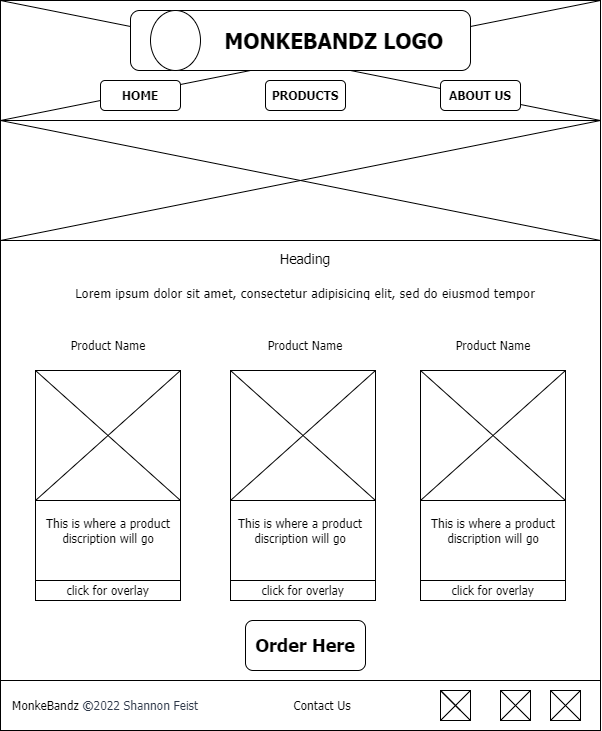
Before: monke-bandz/images/products-wireframe.png, a diagram exported from draw.io (shannonfeist/wdd130). Source tidied: cells renumbered, new cells last; positions are measured from the earlier drawing's top-left corner, leaving out a move shared by most shapes.
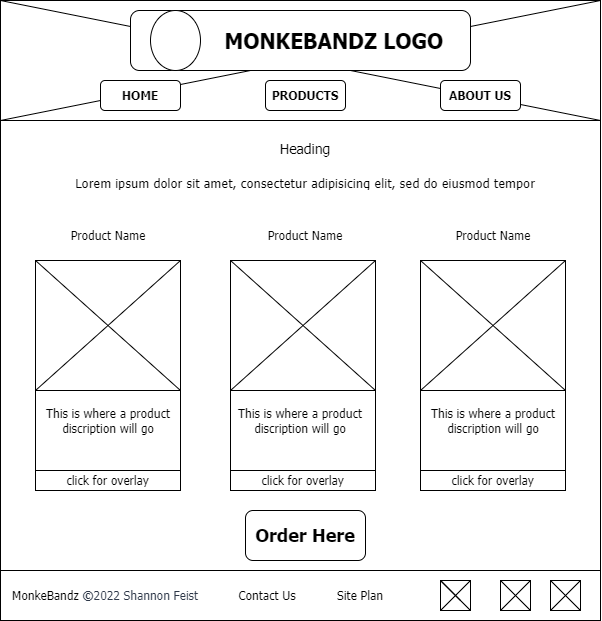
After the commit.

Commit message:
x'd img from prod page updated wireframe

Diff of the diagram source:
```diff
@@ -3,7 +3,7 @@
     <mxCell id="0" />
     <mxCell id="1" parent="0" />
     <mxCell id="2" style="rounded=0;whiteSpace=wrap;html=1;fontFamily=Tahoma;" parent="1" vertex="1">
-      <mxGeometry y="120" width="600" height="560" as="geometry" />
+      <mxGeometry y="230" width="600" height="450" as="geometry" />
     </mxCell>
     <mxCell id="3" style="rounded=0;whiteSpace=wrap;html=1;" parent="1" vertex="1">
       <mxGeometry x="420" y="500" width="145" height="80" as="geometry" />
@@ -14,18 +14,6 @@
     <mxCell id="5" style="rounded=0;whiteSpace=wrap;html=1;" parent="1" vertex="1">
       <mxGeometry x="35" y="500" width="145" height="80" as="geometry" />
     </mxCell>
-    <mxCell id="6" style="rounded=0;whiteSpace=wrap;html=1;fontFamily=Tahoma;" parent="1" vertex="1">
-      <mxGeometry y="120" width="600" height="120" as="geometry" />
-    </mxCell>
-    <mxCell id="7" style="rounded=0;whiteSpace=wrap;html=1;fontFamily=Tahoma;" parent="1" vertex="1">
-      <mxGeometry y="120" width="600" height="120" as="geometry" />
-    </mxCell>
-    <mxCell id="8" style="endArrow=none;html=1;rounded=0;fontFamily=Tahoma;exitX=0;exitY=1;exitDx=0;exitDy=0;entryX=1;entryY=0;entryDx=0;entryDy=0;" parent="1" edge="1" source="7" target="7">
-      <mxGeometry relative="1" as="geometry" />
-    </mxCell>
-    <mxCell id="9" style="endArrow=none;html=1;rounded=0;fontFamily=Tahoma;exitX=1;exitY=1;exitDx=0;exitDy=0;entryX=0;entryY=0;entryDx=0;entryDy=0;" parent="1" edge="1" source="7" target="7">
-      <mxGeometry relative="1" as="geometry" />
-    </mxCell>
     <mxCell id="10" style="rounded=0;whiteSpace=wrap;html=1;fontFamily=Tahoma;" parent="1" vertex="1">
       <mxGeometry x="35" y="370" width="145" height="130" as="geometry" />
     </mxCell>
@@ -71,9 +59,6 @@
     <mxCell id="24" value="This is where a product discription will go" style="text;html=1;strokeColor=none;fillColor=none;align=center;verticalAlign=middle;whiteSpace=wrap;rounded=0;fontFamily=Tahoma;" parent="1" vertex="1">
       <mxGeometry x="427.5" y="510" width="130" height="40" as="geometry" />
     </mxCell>
-    <mxCell id="25" style="rounded=0;whiteSpace=wrap;html=1;fontFamily=Tahoma;" parent="1" vertex="1">
-      <mxGeometry y="120" width="600" height="120" as="geometry" />
-    </mxCell>
     <mxCell id="26" value="Product Name" style="text;html=1;strokeColor=none;fillColor=none;align=center;verticalAlign=middle;whiteSpace=wrap;rounded=0;fontFamily=Tahoma;" parent="1" vertex="1">
       <mxGeometry x="42.5" y="330" width="130" height="30" as="geometry" />
     </mxCell>
@@ -83,44 +68,35 @@
     <mxCell id="28" value="Product Name" style="text;html=1;strokeColor=none;fillColor=none;align=center;verticalAlign=middle;whiteSpace=wrap;rounded=0;fontFamily=Tahoma;" parent="1" vertex="1">
       <mxGeometry x="427.5" y="330" width="130" height="30" as="geometry" />
     </mxCell>
-    <mxCell id="29" style="endArrow=none;html=1;rounded=0;fontFamily=Tahoma;entryX=1;entryY=0;entryDx=0;entryDy=0;exitX=0;exitY=1;exitDx=0;exitDy=0;" parent="1" edge="1" source="25" target="25">
-      <mxGeometry relative="1" as="geometry" />
-    </mxCell>
-    <mxCell id="30" style="endArrow=none;html=1;rounded=0;fontFamily=Tahoma;entryX=1;entryY=0;entryDx=0;entryDy=0;exitX=0;exitY=1;exitDx=0;exitDy=0;" parent="1" edge="1">
-      <mxGeometry relative="1" as="geometry">
-        <mxPoint y="120" as="sourcePoint" />
-        <mxPoint x="600" y="240" as="targetPoint" />
-      </mxGeometry>
-    </mxCell>
     <mxCell id="31" value="&lt;h1 style=&quot;&quot;&gt;&lt;font style=&quot;font-weight: normal; font-size: 14px;&quot;&gt;Heading&lt;/font&gt;&lt;/h1&gt;&lt;p style=&quot;font-size: 13px;&quot;&gt;&lt;font style=&quot;font-size: 13px;&quot;&gt;Lorem ipsum dolor sit amet, consectetur adipisicing elit, sed do eiusmod tempor incididunt ut labore et dolore magna aliqua.&lt;/font&gt;&lt;/p&gt;" style="text;html=1;strokeColor=none;fillColor=none;spacing=5;spacingTop=-35;whiteSpace=wrap;overflow=hidden;rounded=0;fontFamily=Tahoma;align=center;verticalAlign=top;" parent="1" vertex="1">
       <mxGeometry x="60" y="250" width="490" height="50" as="geometry" />
     </mxCell>
     <mxCell id="32" style="whiteSpace=wrap;html=1;" parent="1" vertex="1">
-      <mxGeometry width="600" height="120" as="geometry" />
+      <mxGeometry y="110" width="600" height="120" as="geometry" />
     </mxCell>
     <mxCell id="33" style="endArrow=none;html=1;rounded=0;fontFamily=Tahoma;fontSize=14;entryX=1;entryY=0;entryDx=0;entryDy=0;exitX=0;exitY=1;exitDx=0;exitDy=0;" parent="1" edge="1" source="32" target="32">
       <mxGeometry relative="1" as="geometry" />
     </mxCell>
     <mxCell id="34" style="endArrow=none;html=1;rounded=0;fontFamily=Tahoma;fontSize=14;entryX=1;entryY=0;entryDx=0;entryDy=0;exitX=0;exitY=1;exitDx=0;exitDy=0;" parent="1" edge="1">
       <mxGeometry relative="1" as="geometry">
-        <mxPoint x="600" y="120" as="sourcePoint" />
-        <mxPoint as="targetPoint" />
+        <mxPoint x="600" y="230" as="sourcePoint" />
+        <mxPoint y="110" as="targetPoint" />
       </mxGeometry>
     </mxCell>
     <mxCell id="35" value="ABOUT US" style="rounded=1;whiteSpace=wrap;html=1;fontFamily=Tahoma;fontStyle=1;" parent="1" vertex="1">
-      <mxGeometry x="440" y="80" width="80" height="30" as="geometry" />
+      <mxGeometry x="440" y="190" width="80" height="30" as="geometry" />
     </mxCell>
     <mxCell id="36" value="PRODUCTS" style="rounded=1;whiteSpace=wrap;html=1;fontFamily=Tahoma;fontStyle=1;" parent="1" vertex="1">
-      <mxGeometry x="265" y="80" width="80" height="30" as="geometry" />
+      <mxGeometry x="265" y="190" width="80" height="30" as="geometry" />
     </mxCell>
     <mxCell id="37" value="HOME" style="rounded=1;whiteSpace=wrap;html=1;fontFamily=Tahoma;fontStyle=1;" parent="1" vertex="1">
-      <mxGeometry x="100" y="80" width="80" height="30" as="geometry" />
+      <mxGeometry x="100" y="190" width="80" height="30" as="geometry" />
     </mxCell>
     <mxCell id="38" value="&lt;h2&gt;&amp;nbsp; &amp;nbsp; &amp;nbsp; &amp;nbsp; &amp;nbsp; &amp;nbsp;MONKEBANDZ LOGO&lt;/h2&gt;" style="rounded=1;whiteSpace=wrap;html=1;fontFamily=Tahoma;fontSize=14;" parent="1" vertex="1">
-      <mxGeometry x="130" y="10" width="340" height="60" as="geometry" />
+      <mxGeometry x="130" y="120" width="340" height="60" as="geometry" />
     </mxCell>
     <mxCell id="39" style="ellipse;whiteSpace=wrap;html=1;fontFamily=Tahoma;fontSize=18;" parent="1" vertex="1">
-      <mxGeometry x="150" y="10" width="50" height="60" as="geometry" />
+      <mxGeometry x="150" y="120" width="50" height="60" as="geometry" />
     </mxCell>
     <mxCell id="40" style="whiteSpace=wrap;html=1;" parent="1" vertex="1">
       <mxGeometry y="680" width="600" height="50" as="geometry" />
@@ -129,7 +105,7 @@
       <mxGeometry x="440" y="690" width="30" height="30" as="geometry" />
     </mxCell>
     <mxCell id="42" value="&amp;nbsp;Contact Us" style="text;html=1;strokeColor=none;fillColor=none;align=center;verticalAlign=middle;whiteSpace=wrap;rounded=0;fontFamily=Tahoma;fontSize=12;" parent="1" vertex="1">
-      <mxGeometry x="280" y="690" width="80" height="30" as="geometry" />
+      <mxGeometry x="225" y="690" width="80" height="30" as="geometry" />
     </mxCell>
     <mxCell id="43" style="endArrow=none;html=1;rounded=0;entryX=0;entryY=1;entryDx=0;entryDy=0;exitX=1;exitY=0;exitDx=0;exitDy=0;" parent="1" edge="1" source="41" target="41">
       <mxGeometry relative="1" as="geometry" />
@@ -177,5 +153,8 @@
     <mxCell id="52" value="&lt;font style=&quot;font-size: 18px;&quot; face=&quot;Tahoma&quot;&gt;&lt;b&gt;Order Here&lt;/b&gt;&lt;/font&gt;" style="rounded=1;whiteSpace=wrap;html=1;" parent="1" vertex="1">
       <mxGeometry x="245" y="620" width="120" height="50" as="geometry" />
     </mxCell>
+    <mxCell id="53" value="Site Plan" style="text;html=1;strokeColor=none;fillColor=none;align=center;verticalAlign=middle;whiteSpace=wrap;rounded=0;fontFamily=Tahoma;fontSize=12;" parent="1" vertex="1">
+      <mxGeometry x="320" y="690" width="80" height="30" as="geometry" />
+    </mxCell>
   </root>
 </mxGraphModel>
```
